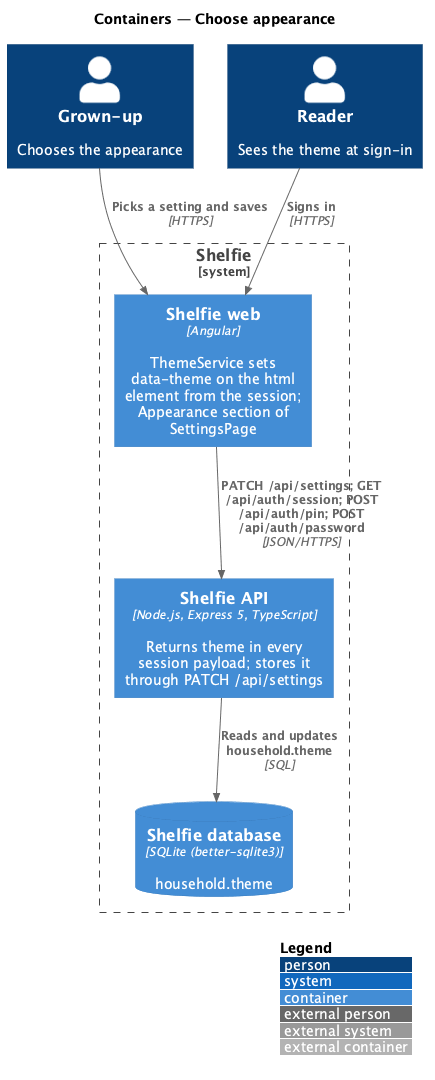
This is docs/detailed-designs/settings/choose-appearance/diagrams/c4-container.png from QuinntyneBrown/shelfie, a PlantUML export, as it was before one commit.
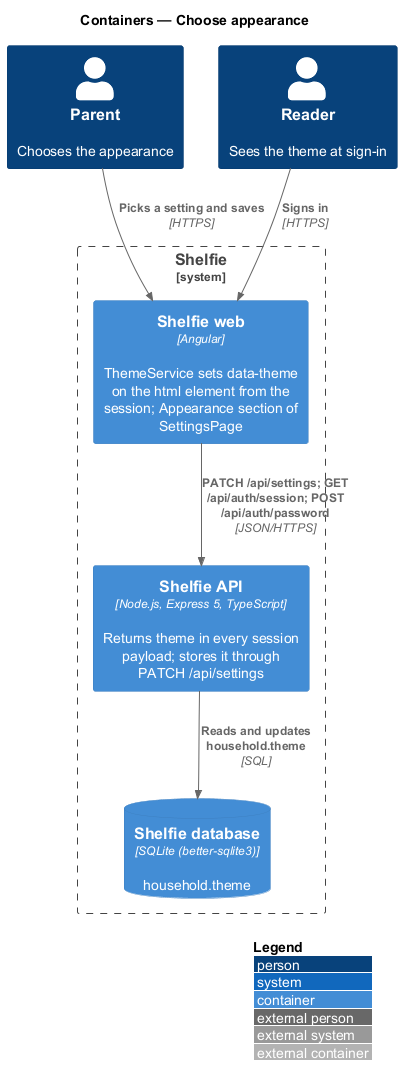
After the commit.

What changed in the source:
```diff
@@ -3,7 +3,7 @@
 LAYOUT_WITH_LEGEND()
 title Containers — Choose appearance
 
-Person(grownUp, "Grown-up", "Chooses the appearance")
+Person(grownUp, "Parent", "Chooses the appearance")
 Person(reader, "Reader", "Sees the theme at sign-in")
 System_Boundary(shelfie, "Shelfie") {
   Container(web, "Shelfie web", "Angular", "ThemeService sets data-theme on the html element from the session; Appearance section of SettingsPage")
@@ -12,6 +12,6 @@
 }
 Rel(grownUp, web, "Picks a setting and saves", "HTTPS")
 Rel(reader, web, "Signs in", "HTTPS")
-Rel(web, api, "PATCH /api/settings; GET /api/auth/session; POST /api/auth/pin; POST /api/auth/password", "JSON/HTTPS")
+Rel(web, api, "PATCH /api/settings; GET /api/auth/session; POST /api/auth/password", "JSON/HTTPS")
 Rel(api, db, "Reads and updates household.theme", "SQL")
 @enduml
```
